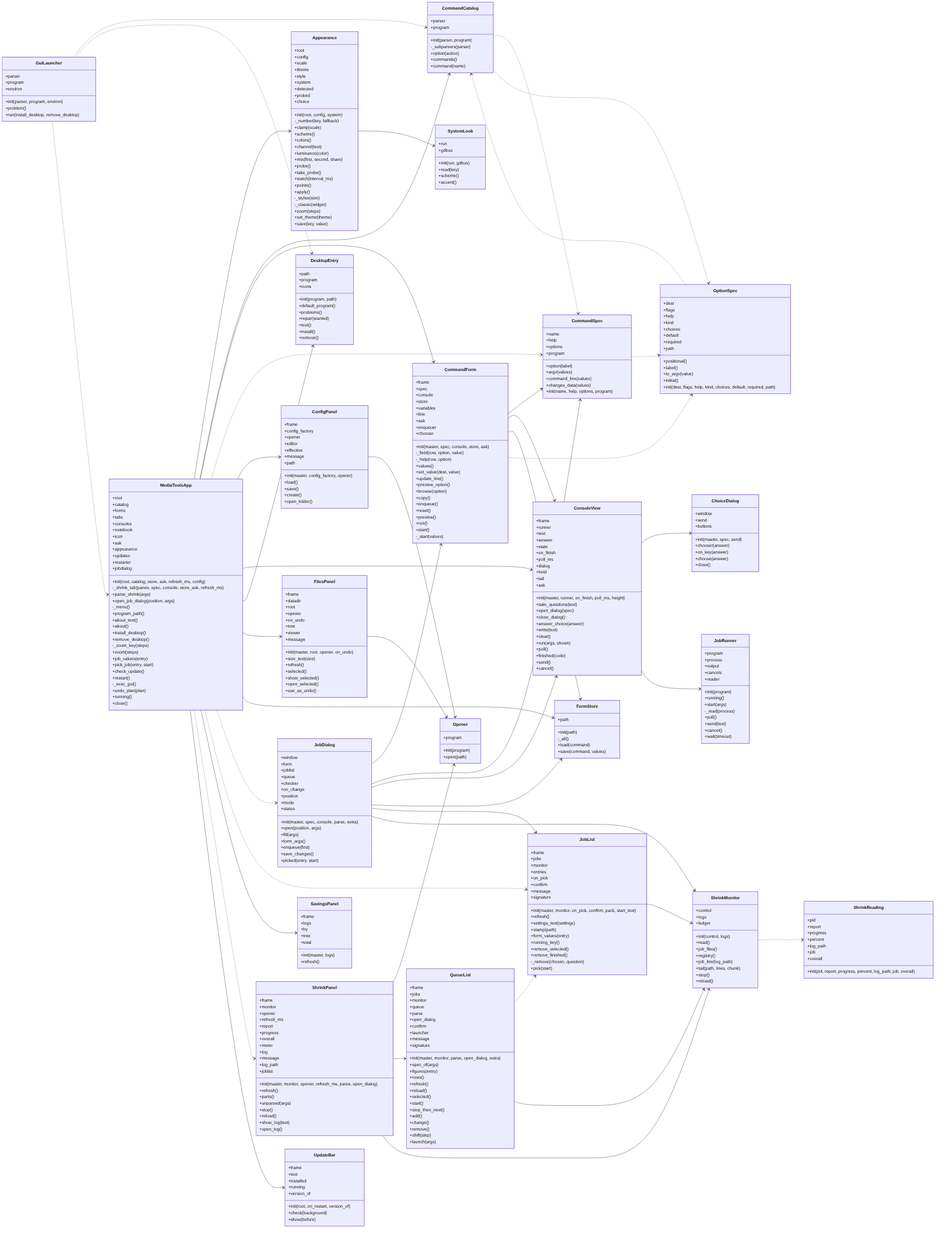
This is docs/img/uml_gui.png from peddanet/mediatools, a Mermaid export, as it was before one commit. Its source is kept beside it as docs/img/uml_gui.mmd.
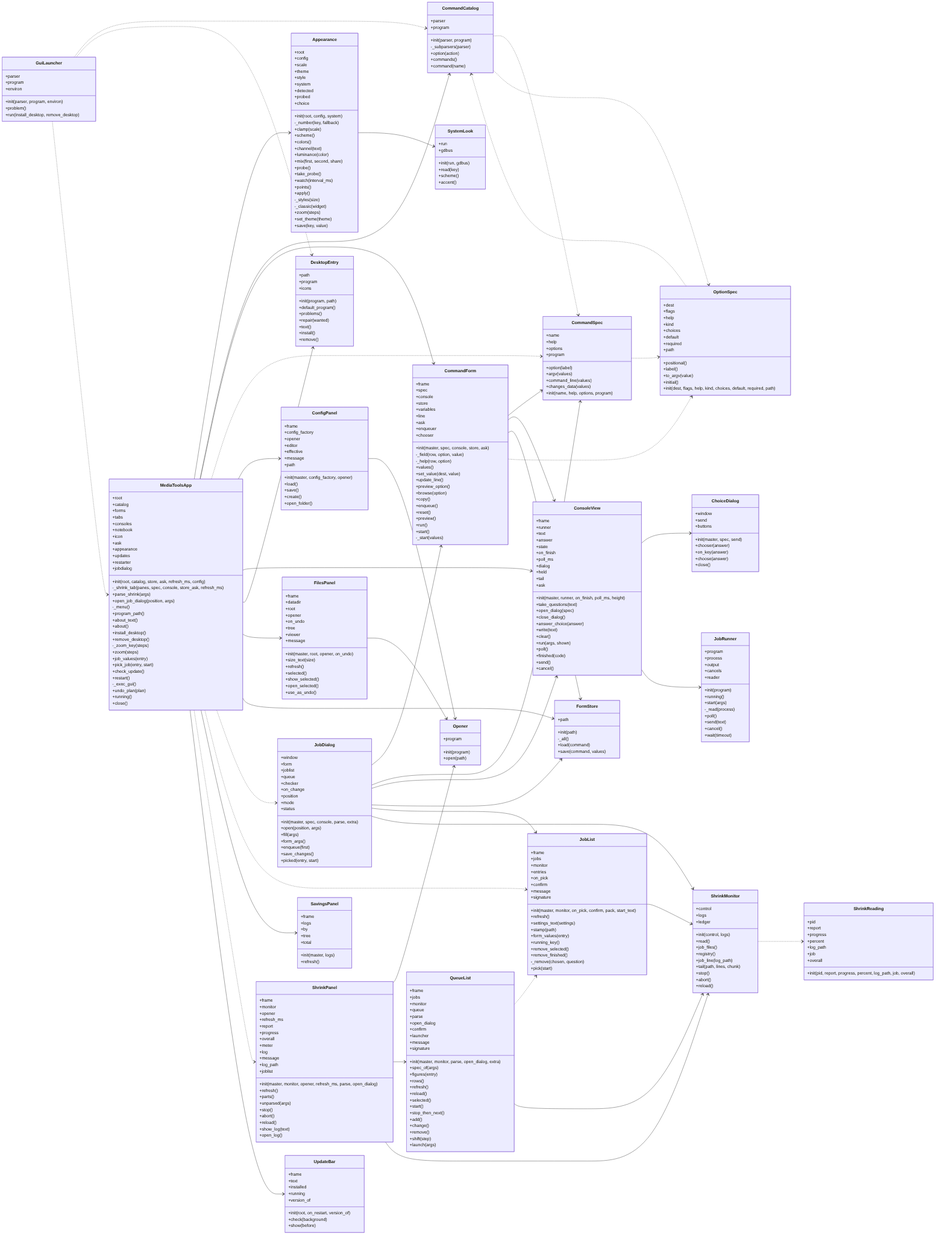
Later version of the same file.

What changed in the source:
```diff
@@ -321,6 +321,7 @@
     +job_line(log_path)
     +tail(path, lines, chunk)
     +stop()
+    +abort()
     +reload()
   }
   class ShrinkPanel {
@@ -341,6 +342,7 @@
     +parts()
     +unparsed(args)
     +stop()
+    +abort()
     +reload()
     +show_log(text)
     +open_log()
```
